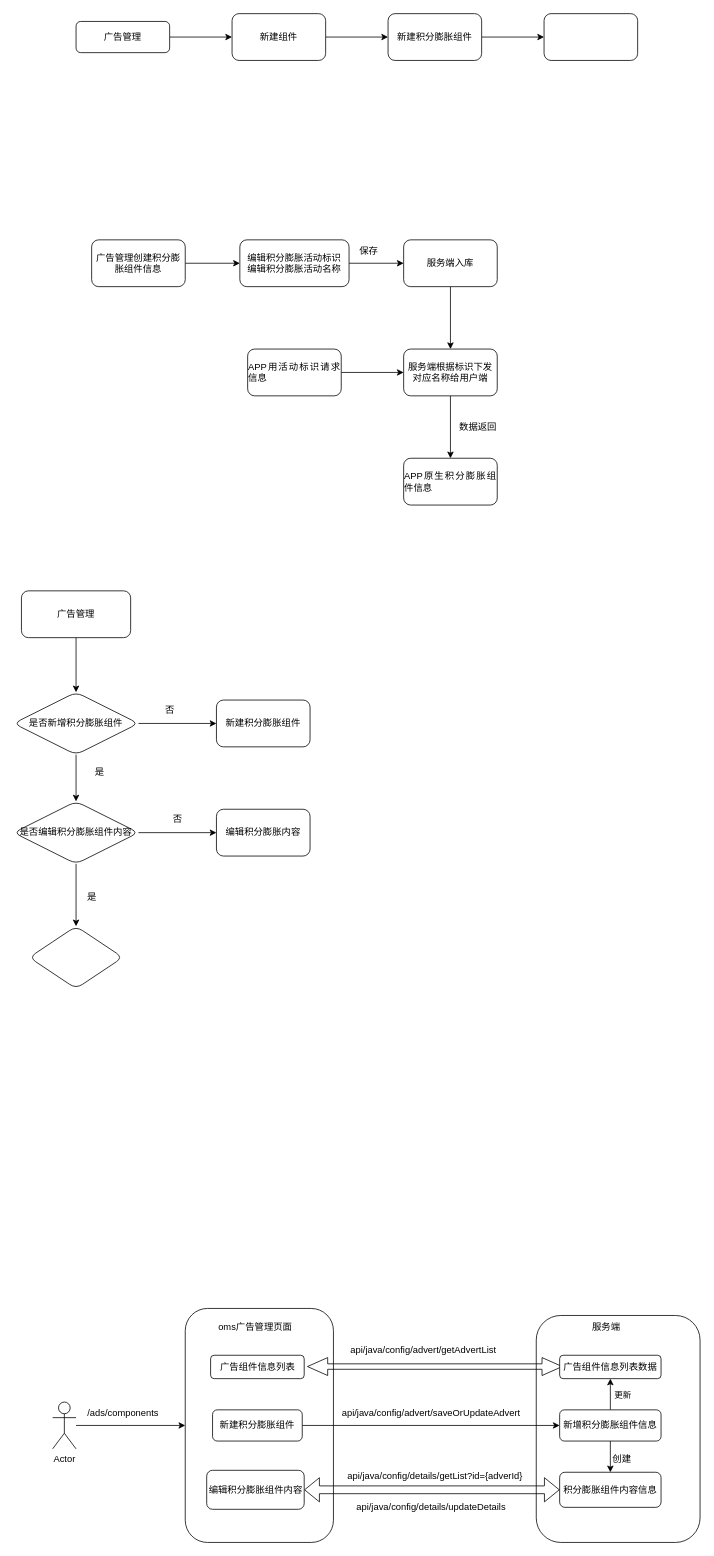
BwinYang/bwinyang keeps this draw.io diagram as 广告管理积分膨胀.drawio. Above is the earlier version. Source tidied: cells renumbered, new cells numbered last; positions are measured from the earlier drawing's top-left corner, leaving out a move shared by most shapes. Both pictures are drawn from the tidied source at 78%, with x=0, y=0 at pixel (13, 13).
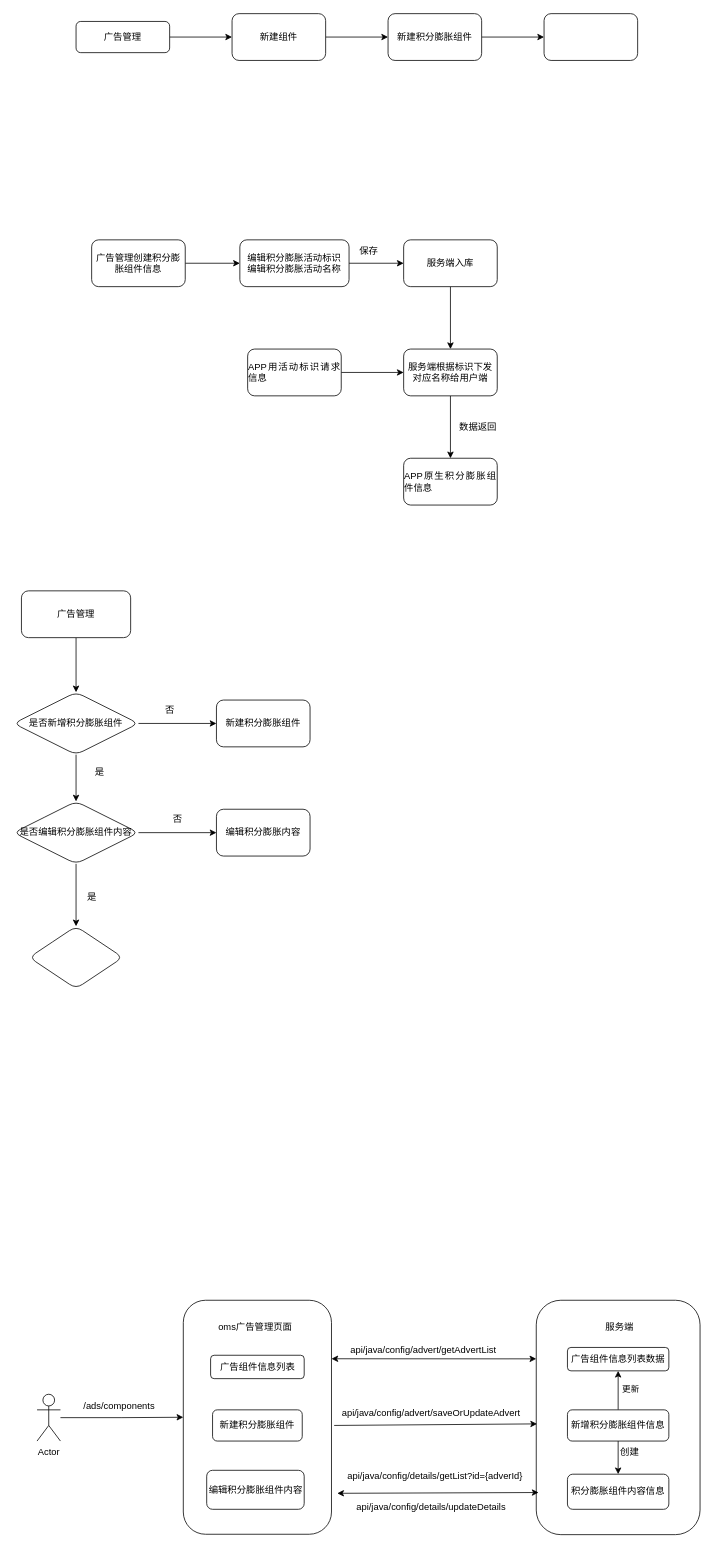
After the change.

Commit message (it also covers changes not shown here):
更新广告管理积分膨胀.drawio

The change refers to these unchanged cells:
```xml
<mxCell id="44" value="新建积分膨胀组件" style="rounded=1;whiteSpace=wrap;html=1;" parent="1" vertex="1">
  <mxGeometry x="255" y="1790" width="115" height="40" as="geometry" />
</mxCell>
<mxCell id="45" value="编辑积分膨胀组件内容" style="rounded=1;whiteSpace=wrap;html=1;" parent="1" vertex="1">
  <mxGeometry x="247.5" y="1867.5" width="125" height="50" as="geometry" />
</mxCell>
<mxCell id="53" value="api/java/config/details/getList?id={adverId}" style="text;html=1;align=center;verticalAlign=middle;points=[];strokeColor=none;fillColor=none;" parent="1" vertex="1">
  <mxGeometry x="415" y="1860" width="250" height="30" as="geometry" />
</mxCell>
```

The edit, as a diff of the source:
```diff
@@
     <mxCell id="37" style="rounded=1;whiteSpace=wrap;html=1;" parent="1" vertex="1">
-      <mxGeometry x="220" y="1660" width="190" height="300" as="geometry" />
+      <mxGeometry x="217.5" y="1649.5" width="190" height="300" as="geometry" />
     </mxCell>
     <mxCell id="38" style="rounded=1;whiteSpace=wrap;html=1;" parent="1" vertex="1">
-      <mxGeometry x="670" y="1669" width="210" height="291" as="geometry" />
+      <mxGeometry x="670" y="1649.5" width="210" height="300.5" as="geometry" />
     </mxCell>
@@
     <mxCell id="40" value="Actor" style="shape=umlActor;verticalLabelPosition=bottom;verticalAlign=top;html=1;outlineConnect=0;" parent="1" vertex="1">
-      <mxGeometry x="50" y="1780" width="30" height="60" as="geometry" />
+      <mxGeometry x="30" y="1770" width="30" height="60" as="geometry" />
     </mxCell>
     <mxCell id="41" value="/ads/components" style="text;html=1;align=center;verticalAlign=middle;strokeColor=none;fillColor=none;" parent="1" vertex="1">
-      <mxGeometry x="85" y="1780" width="110" height="30" as="geometry" />
+      <mxGeometry x="80" y="1770" width="110" height="30" as="geometry" />
     </mxCell>
@@
-    <mxCell id="43" style="edgeStyle=orthogonalEdgeStyle;rounded=0;jettySize=auto;html=1;" parent="1" edge="1" source="44" target="52">
-      <mxGeometry relative="1" as="geometry" />
-    </mxCell>
@@
     <mxCell id="47" value="服务端" style="text;html=1;strokeColor=none;fillColor=none;align=center;verticalAlign=middle;whiteSpace=wrap;rounded=0;" parent="1" vertex="1">
-      <mxGeometry x="730" y="1669" width="60" height="30" as="geometry" />
+      <mxGeometry x="747" y="1669" width="60" height="30" as="geometry" />
     </mxCell>
@@
     <mxCell id="52" value="新增积分膨胀组件信息" style="rounded=1;whiteSpace=wrap;html=1;" parent="1" vertex="1">
-      <mxGeometry x="700" y="1790" width="130" height="40" as="geometry" />
+      <mxGeometry x="710" y="1790" width="130" height="40" as="geometry" />
     </mxCell>
@@
     <mxCell id="54" value="积分膨胀组件内容信息" style="whiteSpace=wrap;html=1;rounded=1;" parent="1" vertex="1">
-      <mxGeometry x="700" y="1870" width="130" height="45" as="geometry" />
+      <mxGeometry x="710" y="1872.5" width="130" height="45" as="geometry" />
     </mxCell>
-    <mxCell id="55" style="shape=flexArrow;endArrow=classic;startArrow=classic;html=1;rounded=0;entryX=0;entryY=0.5;entryDx=0;entryDy=0;exitX=1;exitY=0.5;exitDx=0;exitDy=0;" parent="1" edge="1" source="45" target="54">
-      <mxGeometry relative="1" as="geometry" />
-    </mxCell>
@@
-    <mxCell id="57" style="shape=flexArrow;endArrow=classic;startArrow=classic;html=1;rounded=0;entryX=0;entryY=0.5;entryDx=0;entryDy=0;width=7;startSize=8.3;endSize=8.3;exitX=1;exitY=0.5;exitDx=0;exitDy=0;endWidth=15;startWidth=15;" parent="1" edge="1">
-      <mxGeometry relative="1" as="geometry">
-        <mxPoint x="376.2" y="1734.5" as="sourcePoint" />
-        <mxPoint x="703.8" y="1734.5" as="targetPoint" />
-      </mxGeometry>
-    </mxCell>
     <mxCell id="58" value="广告组件信息列表数据" style="rounded=1;whiteSpace=wrap;html=1;" parent="1" vertex="1">
-      <mxGeometry x="700" y="1720" width="130" height="30" as="geometry" />
+      <mxGeometry x="710" y="1710" width="130" height="30" as="geometry" />
     </mxCell>
@@
     <mxCell id="60" value="创建" style="text;html=1;strokeColor=none;fillColor=none;align=center;verticalAlign=middle;whiteSpace=wrap;rounded=0;" parent="1" vertex="1">
-      <mxGeometry x="750" y="1837.5" width="60" height="30" as="geometry" />
+      <mxGeometry x="760" y="1830" width="60" height="30" as="geometry" />
     </mxCell>
+    <mxCell id="61" style="endArrow=classic;startArrow=classic;html=1;rounded=0;entryX=1.032;entryY=1.2;entryDx=0;entryDy=0;entryPerimeter=0;exitX=1.039;exitY=0.825;exitDx=0;exitDy=0;exitPerimeter=0;" parent="1" edge="1" source="37" target="53">
+      <mxGeometry relative="1" as="geometry" />
+    </mxCell>
+    <mxCell id="62" style="endArrow=classic;html=1;rounded=0;exitX=1.018;exitY=0.535;exitDx=0;exitDy=0;exitPerimeter=0;" parent="1" edge="1" source="37">
+      <mxGeometry relative="1" as="geometry">
+        <mxPoint x="671" y="1808" as="targetPoint" />
+      </mxGeometry>
+    </mxCell>
+    <mxCell id="63" style="endArrow=classic;startArrow=classic;html=1;rounded=0;entryX=0;entryY=0.25;entryDx=0;entryDy=0;exitX=1;exitY=0.25;exitDx=0;exitDy=0;" parent="1" edge="1" source="37" target="38">
+      <mxGeometry relative="1" as="geometry" />
+    </mxCell>
```
